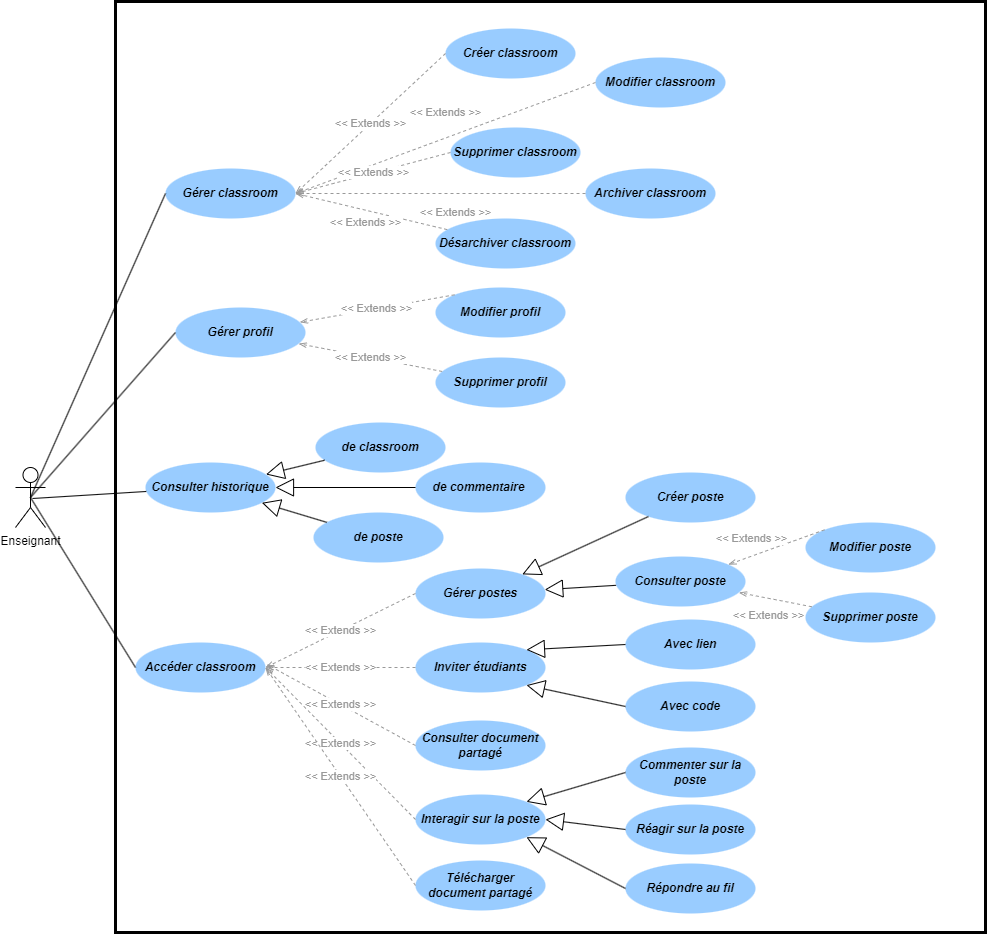
Above: docs/images/chp3/fig4.png in undrstnd-labs/education (draw.io), before the change. Source tidied: cells renumbered, new cells last; positions are measured from the earlier drawing's top-left corner, leaving out a move shared by most shapes. Source of this version:
```xml
<mxGraphModel>
  <root>
    <mxCell id="0" />
    <mxCell id="1" parent="0" />
    <mxCell id="2" value="Enseignant" style="shape=umlActor;html=1;verticalLabelPosition=bottom;verticalAlign=top;align=center;" parent="1" vertex="1">
      <mxGeometry y="466" width="30" height="60" as="geometry" />
    </mxCell>
    <mxCell id="3" style="rounded=0;whiteSpace=wrap;html=1;fillColor=none;strokeWidth=3;" parent="1" vertex="1">
      <mxGeometry x="100" width="870" height="931" as="geometry" />
    </mxCell>
    <mxCell id="4" value="&lt;b&gt;&lt;i&gt;Gérer classroom&lt;/i&gt;&lt;/b&gt;" style="ellipse;whiteSpace=wrap;html=1;shadow=0;fillColor=#99ccff;strokeColor=none;" parent="1" vertex="1">
      <mxGeometry x="150" y="167" width="130" height="50" as="geometry" />
    </mxCell>
    <mxCell id="5" value="&lt;b&gt;&lt;i&gt;Gérer profil&lt;/i&gt;&lt;/b&gt;" style="ellipse;whiteSpace=wrap;html=1;shadow=0;fillColor=#99ccff;strokeColor=none;" parent="1" vertex="1">
      <mxGeometry x="160" y="306" width="130" height="50" as="geometry" />
    </mxCell>
    <mxCell id="6" value="&lt;b&gt;&lt;i&gt;Accéder classroom&lt;/i&gt;&lt;/b&gt;" style="ellipse;whiteSpace=wrap;html=1;shadow=0;fillColor=#99ccff;strokeColor=none;" parent="1" vertex="1">
      <mxGeometry x="120" y="641" width="130" height="50" as="geometry" />
    </mxCell>
    <mxCell id="7" value="&lt;b&gt;&lt;i&gt;Modifier classroom&lt;/i&gt;&lt;/b&gt;" style="ellipse;whiteSpace=wrap;html=1;shadow=0;fillColor=#99ccff;strokeColor=none;" parent="1" vertex="1">
      <mxGeometry x="580" y="56" width="130" height="50" as="geometry" />
    </mxCell>
    <mxCell id="8" value="&lt;b&gt;&lt;i&gt;Créer classroom&lt;/i&gt;&lt;/b&gt;" style="ellipse;whiteSpace=wrap;html=1;shadow=0;fillColor=#99ccff;strokeColor=none;" parent="1" vertex="1">
      <mxGeometry x="430" y="27" width="130" height="50" as="geometry" />
    </mxCell>
    <mxCell id="9" value="&lt;b&gt;&lt;i&gt;Supprimer classroom&lt;/i&gt;&lt;/b&gt;" style="ellipse;whiteSpace=wrap;html=1;shadow=0;fillColor=#99ccff;strokeColor=none;" parent="1" vertex="1">
      <mxGeometry x="435" y="126" width="130" height="50" as="geometry" />
    </mxCell>
    <mxCell id="10" value="&lt;b&gt;&lt;i&gt;Télécharger document partagé&lt;/i&gt;&lt;/b&gt;" style="ellipse;whiteSpace=wrap;html=1;shadow=0;fillColor=#99ccff;strokeColor=none;" parent="1" vertex="1">
      <mxGeometry x="400" y="859" width="130" height="50" as="geometry" />
    </mxCell>
    <mxCell id="11" value="&lt;b&gt;&lt;i&gt;Interagir sur la poste&lt;/i&gt;&lt;/b&gt;" style="ellipse;whiteSpace=wrap;html=1;shadow=0;fillColor=#99ccff;strokeColor=none;" parent="1" vertex="1">
      <mxGeometry x="400" y="793" width="130" height="50" as="geometry" />
    </mxCell>
    <mxCell id="12" value="&lt;b&gt;&lt;i&gt;Consulter document partagé&lt;/i&gt;&lt;/b&gt;" style="ellipse;whiteSpace=wrap;html=1;shadow=0;fillColor=#99ccff;strokeColor=none;" parent="1" vertex="1">
      <mxGeometry x="400" y="719" width="130" height="50" as="geometry" />
    </mxCell>
    <mxCell id="13" value="&lt;b&gt;&lt;i&gt;Inviter étudiants&lt;/i&gt;&lt;/b&gt;" style="ellipse;whiteSpace=wrap;html=1;shadow=0;fillColor=#99ccff;strokeColor=none;" parent="1" vertex="1">
      <mxGeometry x="400" y="641" width="130" height="50" as="geometry" />
    </mxCell>
    <mxCell id="14" value="&lt;b&gt;&lt;i&gt;Gérer postes&lt;/i&gt;&lt;/b&gt;" style="ellipse;whiteSpace=wrap;html=1;shadow=0;fillColor=#99ccff;strokeColor=none;" parent="1" vertex="1">
      <mxGeometry x="400" y="567" width="130" height="50" as="geometry" />
    </mxCell>
    <mxCell id="15" value="&lt;b&gt;&lt;i&gt;Réagir sur la poste&lt;/i&gt;&lt;/b&gt;" style="ellipse;whiteSpace=wrap;html=1;shadow=0;fillColor=#99ccff;strokeColor=none;" parent="1" vertex="1">
      <mxGeometry x="610" y="803" width="130" height="50" as="geometry" />
    </mxCell>
    <mxCell id="16" value="&lt;b&gt;&lt;i&gt;Répondre au fil&lt;/i&gt;&lt;/b&gt;" style="ellipse;whiteSpace=wrap;html=1;shadow=0;fillColor=#99ccff;strokeColor=none;" parent="1" vertex="1">
      <mxGeometry x="610" y="862" width="130" height="50" as="geometry" />
    </mxCell>
    <mxCell id="17" value="&lt;b&gt;&lt;i&gt;Commenter sur la poste&lt;/i&gt;&lt;/b&gt;" style="ellipse;whiteSpace=wrap;html=1;shadow=0;fillColor=#99ccff;strokeColor=none;" parent="1" vertex="1">
      <mxGeometry x="610" y="746" width="130" height="50" as="geometry" />
    </mxCell>
    <mxCell id="18" value="&lt;b&gt;&lt;i&gt;Avec code&lt;/i&gt;&lt;/b&gt;" style="ellipse;whiteSpace=wrap;html=1;shadow=0;fillColor=#99ccff;strokeColor=none;" parent="1" vertex="1">
      <mxGeometry x="610" y="680" width="130" height="50" as="geometry" />
    </mxCell>
    <mxCell id="19" value="&lt;b&gt;&lt;i&gt;Avec lien&lt;/i&gt;&lt;/b&gt;" style="ellipse;whiteSpace=wrap;html=1;shadow=0;fillColor=#99ccff;strokeColor=none;" parent="1" vertex="1">
      <mxGeometry x="610" y="618" width="130" height="50" as="geometry" />
    </mxCell>
    <mxCell id="20" style="rounded=0;jettySize=auto;html=1;entryX=0;entryY=0.5;entryDx=0;entryDy=0;exitX=0.5;exitY=0.5;exitDx=0;exitDy=0;exitPerimeter=0;endArrow=none;endFill=0;" parent="1" edge="1" source="2" target="4">
      <mxGeometry relative="1" as="geometry" />
    </mxCell>
    <mxCell id="21" style="rounded=0;jettySize=auto;html=1;entryX=0;entryY=0.5;entryDx=0;entryDy=0;exitX=0.5;exitY=0.5;exitDx=0;exitDy=0;exitPerimeter=0;endArrow=none;endFill=0;" parent="1" edge="1" source="2" target="5">
      <mxGeometry relative="1" as="geometry" />
    </mxCell>
    <mxCell id="22" style="rounded=0;jettySize=auto;html=1;entryX=0;entryY=0.5;entryDx=0;entryDy=0;exitX=0.5;exitY=0.5;exitDx=0;exitDy=0;exitPerimeter=0;endArrow=none;endFill=0;" parent="1" edge="1" source="2" target="6">
      <mxGeometry relative="1" as="geometry" />
    </mxCell>
    <mxCell id="23" style="endArrow=block;endSize=16;endFill=0;html=1;rounded=0;exitX=0;exitY=0.5;exitDx=0;exitDy=0;entryX=1;entryY=0;entryDx=0;entryDy=0;" parent="1" edge="1" source="19" target="13">
      <mxGeometry relative="1" as="geometry" />
    </mxCell>
    <mxCell id="24" style="endArrow=block;endSize=16;endFill=0;html=1;rounded=0;exitX=0;exitY=0.5;exitDx=0;exitDy=0;entryX=1;entryY=1;entryDx=0;entryDy=0;" parent="1" edge="1" source="18" target="13">
      <mxGeometry relative="1" as="geometry" />
    </mxCell>
    <mxCell id="25" value="&lt;font color=&quot;#999999&quot;&gt;&amp;lt;&amp;lt; Extends &amp;gt;&amp;gt;&lt;/font&gt;" style="endArrow=openThin;endFill=0;html=1;rounded=0;dashed=1;exitX=0;exitY=0.5;exitDx=0;exitDy=0;entryX=1;entryY=0.5;entryDx=0;entryDy=0;strokeColor=#999999;" parent="1" edge="1" source="8" target="4">
      <mxGeometry relative="1" as="geometry" />
    </mxCell>
    <mxCell id="26" value="&lt;font color=&quot;#999999&quot;&gt;&amp;lt;&amp;lt; Extends &amp;gt;&amp;gt;&lt;/font&gt;" style="endArrow=openThin;endFill=0;html=1;rounded=0;dashed=1;exitX=0;exitY=0.5;exitDx=0;exitDy=0;entryX=1;entryY=0.5;entryDx=0;entryDy=0;strokeColor=#999999;" parent="1" edge="1" source="7" target="4">
      <mxGeometry x="-0.06" y="-24" relative="1" as="geometry" />
    </mxCell>
    <mxCell id="27" value="&lt;font color=&quot;#999999&quot;&gt;&amp;lt;&amp;lt; Extends &amp;gt;&amp;gt;&lt;/font&gt;" style="endArrow=openThin;endFill=0;html=1;rounded=0;dashed=1;exitX=0;exitY=0.5;exitDx=0;exitDy=0;entryX=1;entryY=0.5;entryDx=0;entryDy=0;strokeColor=#999999;" parent="1" edge="1" source="9" target="4">
      <mxGeometry relative="1" as="geometry" />
    </mxCell>
    <mxCell id="28" value="&lt;font color=&quot;#999999&quot;&gt;&amp;lt;&amp;lt; Extends &amp;gt;&amp;gt;&lt;/font&gt;" style="endArrow=openThin;endFill=0;html=1;rounded=0;dashed=1;exitX=0;exitY=0.5;exitDx=0;exitDy=0;entryX=1;entryY=0.5;entryDx=0;entryDy=0;strokeColor=#999999;" parent="1" edge="1" source="14" target="6">
      <mxGeometry relative="1" as="geometry" />
    </mxCell>
    <mxCell id="29" value="&lt;font color=&quot;#999999&quot;&gt;&amp;lt;&amp;lt; Extends &amp;gt;&amp;gt;&lt;/font&gt;" style="endArrow=openThin;endFill=0;html=1;rounded=0;dashed=1;exitX=0;exitY=0.5;exitDx=0;exitDy=0;entryX=1;entryY=0.5;entryDx=0;entryDy=0;strokeColor=#999999;" parent="1" edge="1" source="13" target="6">
      <mxGeometry relative="1" as="geometry" />
    </mxCell>
    <mxCell id="30" value="&lt;font color=&quot;#999999&quot;&gt;&amp;lt;&amp;lt; Extends &amp;gt;&amp;gt;&lt;/font&gt;" style="endArrow=openThin;endFill=0;html=1;rounded=0;dashed=1;exitX=0;exitY=0.5;exitDx=0;exitDy=0;entryX=1.009;entryY=0.436;entryDx=0;entryDy=0;strokeColor=#999999;entryPerimeter=0;" parent="1" edge="1" source="12" target="6">
      <mxGeometry relative="1" as="geometry" />
    </mxCell>
    <mxCell id="31" value="&lt;font color=&quot;#999999&quot;&gt;&amp;lt;&amp;lt; Extends &amp;gt;&amp;gt;&lt;/font&gt;" style="endArrow=openThin;endFill=0;html=1;rounded=0;dashed=1;exitX=0;exitY=0.5;exitDx=0;exitDy=0;entryX=1;entryY=0.5;entryDx=0;entryDy=0;strokeColor=#999999;" parent="1" edge="1" source="11" target="6">
      <mxGeometry relative="1" as="geometry" />
    </mxCell>
    <mxCell id="32" value="&lt;font color=&quot;#999999&quot;&gt;&amp;lt;&amp;lt; Extends &amp;gt;&amp;gt;&lt;/font&gt;" style="endArrow=openThin;endFill=0;html=1;rounded=0;dashed=1;exitX=0;exitY=0.5;exitDx=0;exitDy=0;entryX=1;entryY=0.5;entryDx=0;entryDy=0;strokeColor=#999999;" parent="1" edge="1" source="10" target="6">
      <mxGeometry relative="1" as="geometry" />
    </mxCell>
    <mxCell id="33" style="endArrow=block;endSize=16;endFill=0;html=1;rounded=0;exitX=0;exitY=0.5;exitDx=0;exitDy=0;entryX=1;entryY=0.5;entryDx=0;entryDy=0;" parent="1" edge="1" source="15" target="11">
      <mxGeometry relative="1" as="geometry" />
    </mxCell>
    <mxCell id="34" style="endArrow=block;endSize=16;endFill=0;html=1;rounded=0;exitX=0;exitY=0.5;exitDx=0;exitDy=0;entryX=1;entryY=0;entryDx=0;entryDy=0;" parent="1" edge="1" source="17" target="11">
      <mxGeometry relative="1" as="geometry" />
    </mxCell>
    <mxCell id="35" style="endArrow=block;endSize=16;endFill=0;html=1;rounded=0;exitX=0;exitY=0.5;exitDx=0;exitDy=0;entryX=1;entryY=1;entryDx=0;entryDy=0;" parent="1" edge="1" source="16" target="11">
      <mxGeometry relative="1" as="geometry" />
    </mxCell>
    <mxCell id="36" value="&lt;b&gt;&lt;i&gt;Archiver classroom&lt;/i&gt;&lt;/b&gt;" style="ellipse;whiteSpace=wrap;html=1;shadow=0;fillColor=#99ccff;strokeColor=none;" parent="1" vertex="1">
      <mxGeometry x="570" y="167" width="130" height="50" as="geometry" />
    </mxCell>
    <mxCell id="37" value="&lt;font color=&quot;#999999&quot;&gt;&amp;lt;&amp;lt; Extends &amp;gt;&amp;gt;&lt;/font&gt;" style="endArrow=openThin;endFill=0;html=1;rounded=0;dashed=1;exitX=0;exitY=0.5;exitDx=0;exitDy=0;entryX=1;entryY=0.5;entryDx=0;entryDy=0;strokeColor=#999999;" parent="1" edge="1" source="36" target="4">
      <mxGeometry x="-0.1" y="19" relative="1" as="geometry" />
    </mxCell>
    <mxCell id="38" value="&lt;b&gt;&lt;i&gt;Modifier profil&lt;/i&gt;&lt;/b&gt;" style="ellipse;whiteSpace=wrap;html=1;shadow=0;fillColor=#99ccff;strokeColor=none;" parent="1" vertex="1">
      <mxGeometry x="420" y="286" width="130" height="50" as="geometry" />
    </mxCell>
    <mxCell id="39" value="&lt;b&gt;&lt;i&gt;Supprimer profil&lt;/i&gt;&lt;/b&gt;" style="ellipse;whiteSpace=wrap;html=1;shadow=0;fillColor=#99ccff;strokeColor=none;" parent="1" vertex="1">
      <mxGeometry x="420" y="356" width="130" height="50" as="geometry" />
    </mxCell>
    <mxCell id="40" value="&lt;b&gt;&lt;i&gt;Désarchiver classroom&lt;/i&gt;&lt;/b&gt;" style="ellipse;whiteSpace=wrap;html=1;shadow=0;fillColor=#99ccff;strokeColor=none;" parent="1" vertex="1">
      <mxGeometry x="420" y="217" width="140" height="50" as="geometry" />
    </mxCell>
    <mxCell id="41" value="&lt;font color=&quot;#999999&quot;&gt;&amp;lt;&amp;lt; Extends &amp;gt;&amp;gt;&lt;/font&gt;" style="endArrow=openThin;endFill=0;html=1;rounded=0;dashed=1;entryX=1;entryY=0.5;entryDx=0;entryDy=0;strokeColor=#999999;" parent="1" edge="1" source="40" target="4">
      <mxGeometry x="0.04" y="12" relative="1" as="geometry" />
    </mxCell>
    <mxCell id="42" value="&lt;b&gt;&lt;i&gt;Créer poste&lt;/i&gt;&lt;/b&gt;" style="ellipse;whiteSpace=wrap;html=1;shadow=0;fillColor=#99ccff;strokeColor=none;" parent="1" vertex="1">
      <mxGeometry x="610" y="471" width="130" height="50" as="geometry" />
    </mxCell>
    <mxCell id="43" value="&lt;b&gt;&lt;i&gt;Supprimer poste&lt;/i&gt;&lt;/b&gt;" style="ellipse;whiteSpace=wrap;html=1;shadow=0;fillColor=#99ccff;strokeColor=none;" parent="1" vertex="1">
      <mxGeometry x="790" y="591" width="130" height="50" as="geometry" />
    </mxCell>
    <mxCell id="44" value="&lt;b&gt;&lt;i&gt;Modifier poste&lt;/i&gt;&lt;/b&gt;" style="ellipse;whiteSpace=wrap;html=1;shadow=0;fillColor=#99ccff;strokeColor=none;" parent="1" vertex="1">
      <mxGeometry x="790" y="521" width="130" height="50" as="geometry" />
    </mxCell>
    <mxCell id="45" style="endArrow=block;endSize=16;endFill=0;html=1;rounded=0;" parent="1" edge="1" source="42" target="14">
      <mxGeometry relative="1" as="geometry" />
    </mxCell>
    <mxCell id="46" style="endArrow=block;endSize=16;endFill=0;html=1;rounded=0;" parent="1" edge="1" source="47" target="14">
      <mxGeometry relative="1" as="geometry" />
    </mxCell>
    <mxCell id="47" value="&lt;b&gt;&lt;i&gt;Consulter poste&lt;/i&gt;&lt;/b&gt;" style="ellipse;whiteSpace=wrap;html=1;shadow=0;fillColor=#99ccff;strokeColor=none;" parent="1" vertex="1">
      <mxGeometry x="600" y="555" width="130" height="50" as="geometry" />
    </mxCell>
    <mxCell id="48" value="&lt;font color=&quot;#999999&quot;&gt;&amp;lt;&amp;lt; Extends &amp;gt;&amp;gt;&lt;/font&gt;" style="endArrow=openThin;endFill=0;html=1;rounded=0;dashed=1;exitX=0;exitY=0;exitDx=0;exitDy=0;strokeColor=#999999;" parent="1" edge="1" source="44" target="47">
      <mxGeometry x="0.4" y="-17" relative="1" as="geometry" />
    </mxCell>
    <mxCell id="49" value="&lt;font color=&quot;#999999&quot;&gt;&amp;lt;&amp;lt; Extends &amp;gt;&amp;gt;&lt;/font&gt;" style="endArrow=openThin;endFill=0;html=1;rounded=0;dashed=1;strokeColor=#999999;" parent="1" edge="1" source="43" target="47">
      <mxGeometry x="0.12" y="17" relative="1" as="geometry" />
    </mxCell>
    <mxCell id="50" value="&lt;font color=&quot;#999999&quot;&gt;&amp;lt;&amp;lt; Extends &amp;gt;&amp;gt;&lt;/font&gt;" style="endArrow=openThin;endFill=0;html=1;rounded=0;dashed=1;strokeColor=#999999;exitX=0;exitY=0;exitDx=0;exitDy=0;" parent="1" edge="1" source="38" target="5">
      <mxGeometry relative="1" as="geometry" />
    </mxCell>
    <mxCell id="51" value="&lt;font color=&quot;#999999&quot;&gt;&amp;lt;&amp;lt; Extends &amp;gt;&amp;gt;&lt;/font&gt;" style="endArrow=openThin;endFill=0;html=1;rounded=0;dashed=1;strokeColor=#999999;" parent="1" edge="1" source="39" target="5">
      <mxGeometry relative="1" as="geometry" />
    </mxCell>
    <mxCell id="52" value="&lt;b&gt;&lt;i&gt;Consulter historique&lt;/i&gt;&lt;/b&gt;" style="ellipse;whiteSpace=wrap;html=1;shadow=0;fillColor=#99ccff;strokeColor=none;" parent="1" vertex="1">
      <mxGeometry x="130" y="461" width="130" height="50" as="geometry" />
    </mxCell>
    <mxCell id="53" value="&lt;b&gt;&lt;i&gt;de classroom&lt;/i&gt;&lt;/b&gt;" style="ellipse;whiteSpace=wrap;html=1;shadow=0;fillColor=#99ccff;strokeColor=none;" parent="1" vertex="1">
      <mxGeometry x="300" y="421" width="130" height="50" as="geometry" />
    </mxCell>
    <mxCell id="54" value="&lt;b&gt;&lt;i&gt;de commentaire&amp;nbsp;&lt;/i&gt;&lt;/b&gt;" style="ellipse;whiteSpace=wrap;html=1;shadow=0;fillColor=#99ccff;strokeColor=none;" parent="1" vertex="1">
      <mxGeometry x="400" y="461" width="130" height="50" as="geometry" />
    </mxCell>
    <mxCell id="55" value="&lt;b&gt;&lt;i&gt;de poste&lt;/i&gt;&lt;/b&gt;" style="ellipse;whiteSpace=wrap;html=1;shadow=0;fillColor=#99ccff;strokeColor=none;" parent="1" vertex="1">
      <mxGeometry x="298" y="511" width="130" height="50" as="geometry" />
    </mxCell>
    <mxCell id="56" style="rounded=0;jettySize=auto;html=1;endArrow=none;endFill=0;" parent="1" edge="1" target="52">
      <mxGeometry relative="1" as="geometry">
        <mxPoint x="17" y="497" as="sourcePoint" />
      </mxGeometry>
    </mxCell>
    <mxCell id="57" style="endArrow=block;endSize=16;endFill=0;html=1;rounded=0;" parent="1" edge="1" source="53" target="52">
      <mxGeometry relative="1" as="geometry" />
    </mxCell>
    <mxCell id="58" style="endArrow=block;endSize=16;endFill=0;html=1;rounded=0;" parent="1" edge="1" source="54" target="52">
      <mxGeometry relative="1" as="geometry" />
    </mxCell>
    <mxCell id="59" style="endArrow=block;endSize=16;endFill=0;html=1;rounded=0;" parent="1" edge="1" source="55" target="52">
      <mxGeometry relative="1" as="geometry" />
    </mxCell>
  </root>
</mxGraphModel>
```
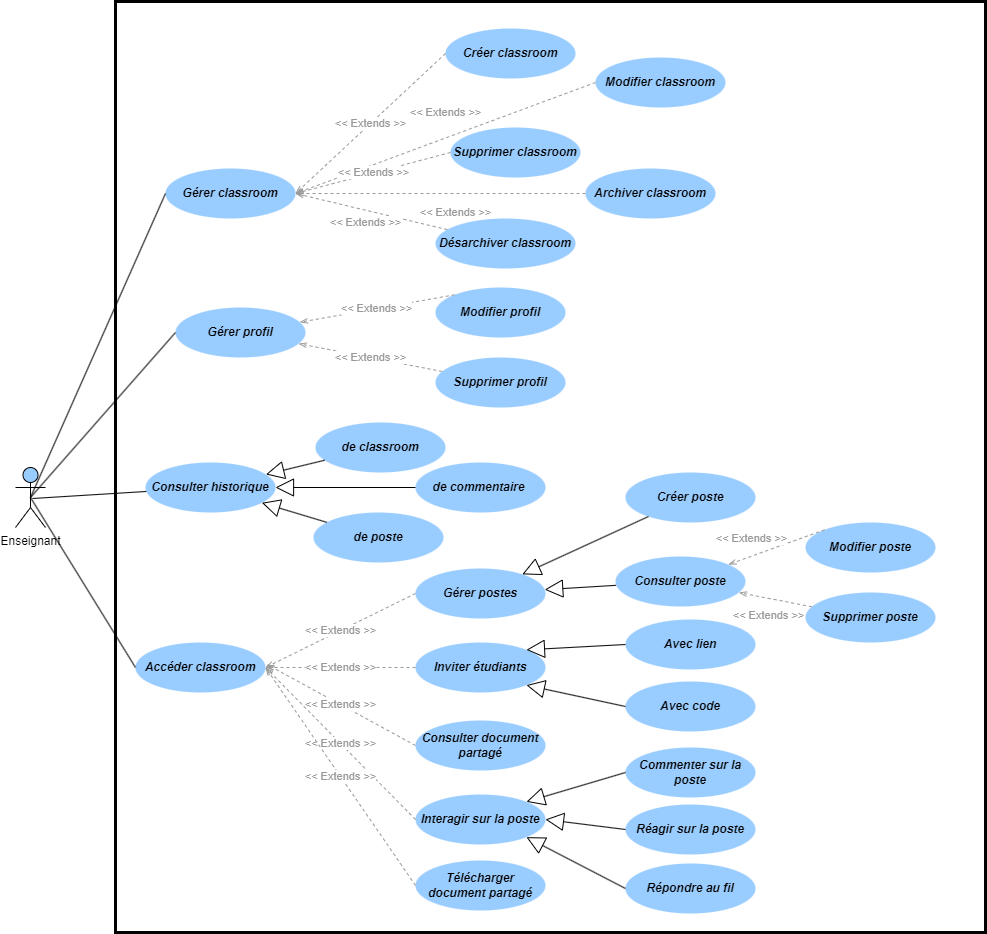
Above is the later version.

Diff of the diagram source:
```diff
@@ -2,7 +2,7 @@
   <root>
     <mxCell id="0" />
     <mxCell id="1" parent="0" />
-    <mxCell id="2" value="Enseignant" style="shape=umlActor;html=1;verticalLabelPosition=bottom;verticalAlign=top;align=center;" parent="1" vertex="1">
+    <mxCell id="2" value="Enseignant" style="shape=umlActor;html=1;verticalLabelPosition=bottom;verticalAlign=top;align=center;fillColor=#99CCFF;" parent="1" vertex="1">
       <mxGeometry y="466" width="30" height="60" as="geometry" />
     </mxCell>
     <mxCell id="3" style="rounded=0;whiteSpace=wrap;html=1;fillColor=none;strokeWidth=3;" parent="1" vertex="1">
```
